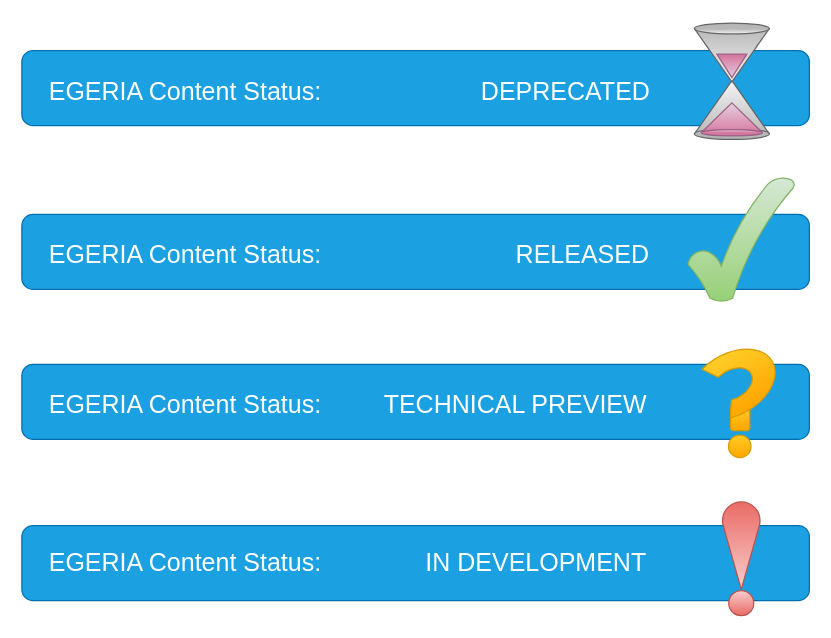
Before: page "content-status" (1 of 12) of images/egeria-website-images.drawio in odpi/egeria, a draw.io diagram. Source tidied: cells renumbered, new cells numbered last; positions are measured from the earlier drawing's top-left corner, leaving out a move shared by most shapes. Both pictures are drawn from the tidied source at 125%, with x=0, y=0 at pixel (21, 21).
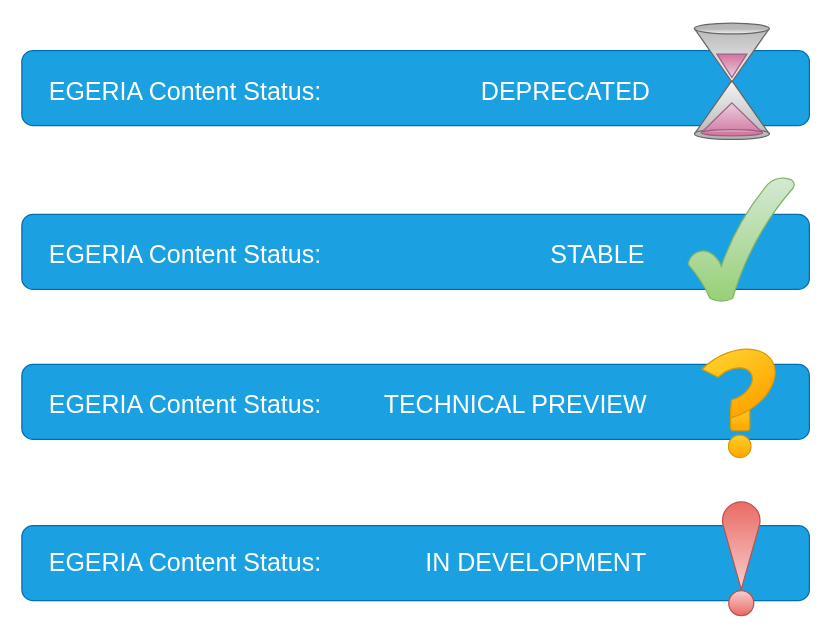
The same diagram, later.

Diff of the diagram source:
```diff
@@
-    <mxCell id="19" value="EGERIA Content Status:                            RELEASED" style="text;html=1;fontSize=20;fontColor=#FFFFFF;" parent="1" vertex="1">
+    <mxCell id="19" value="EGERIA Content Status:&amp;nbsp; &amp;nbsp; &amp;nbsp; &amp;nbsp; &amp;nbsp; &amp;nbsp; &amp;nbsp; &amp;nbsp; &amp;nbsp; &amp;nbsp; &amp;nbsp; &amp;nbsp; &amp;nbsp; &amp;nbsp; &amp;nbsp; &amp;nbsp; &amp;nbsp;STABLE" style="text;html=1;fontSize=20;fontColor=#FFFFFF;" parent="1" vertex="1">
       <mxGeometry x="20" y="167" width="510" height="40" as="geometry" />
     </mxCell>
```
